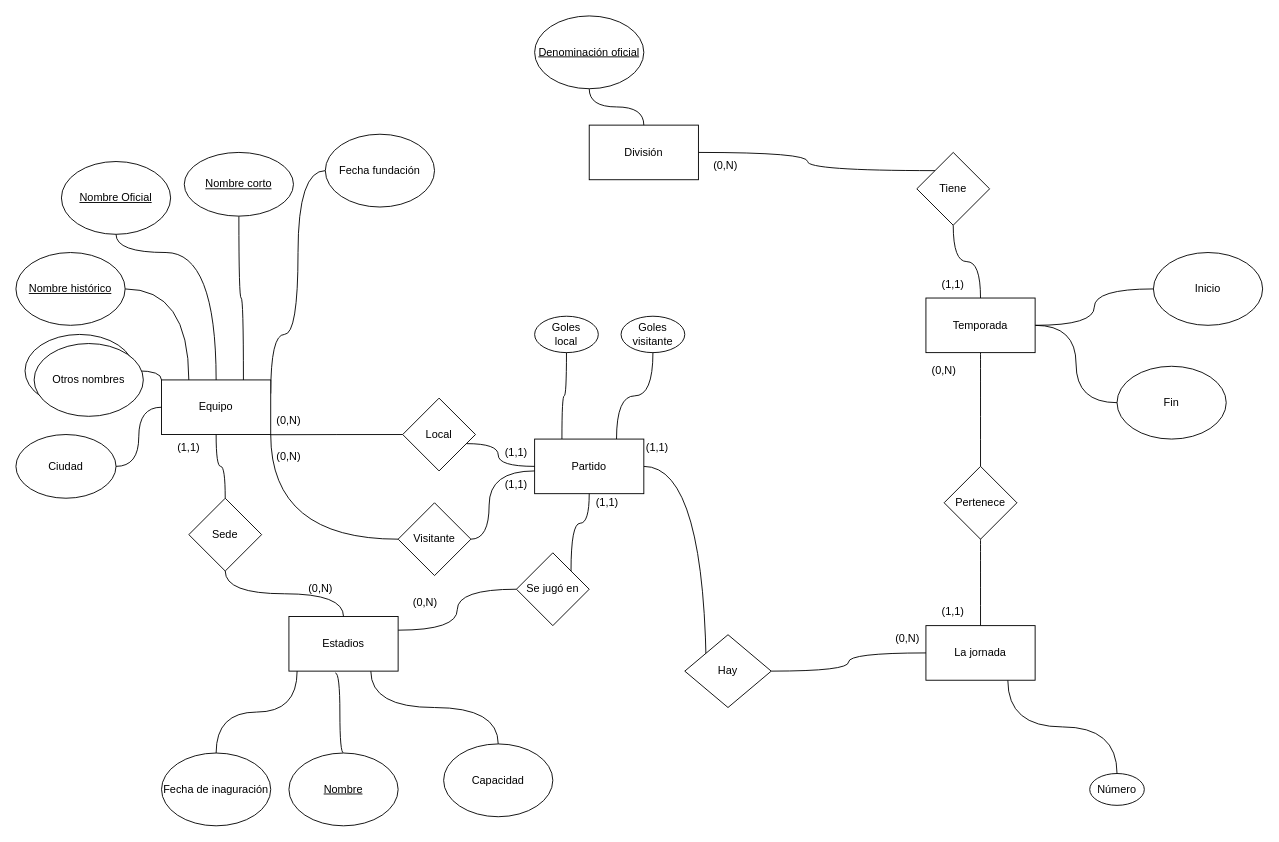
Above: draws/LigaFutbol.drawio in Practicass/Practica1_LigaFutbol (draw.io), before the change. Source tidied: cells renumbered, new cells numbered last; positions are measured from the earlier drawing's top-left corner, leaving out a move shared by most shapes. Both pictures are drawn from the tidied source at 91%, with x=0, y=0 at pixel (15, 15).
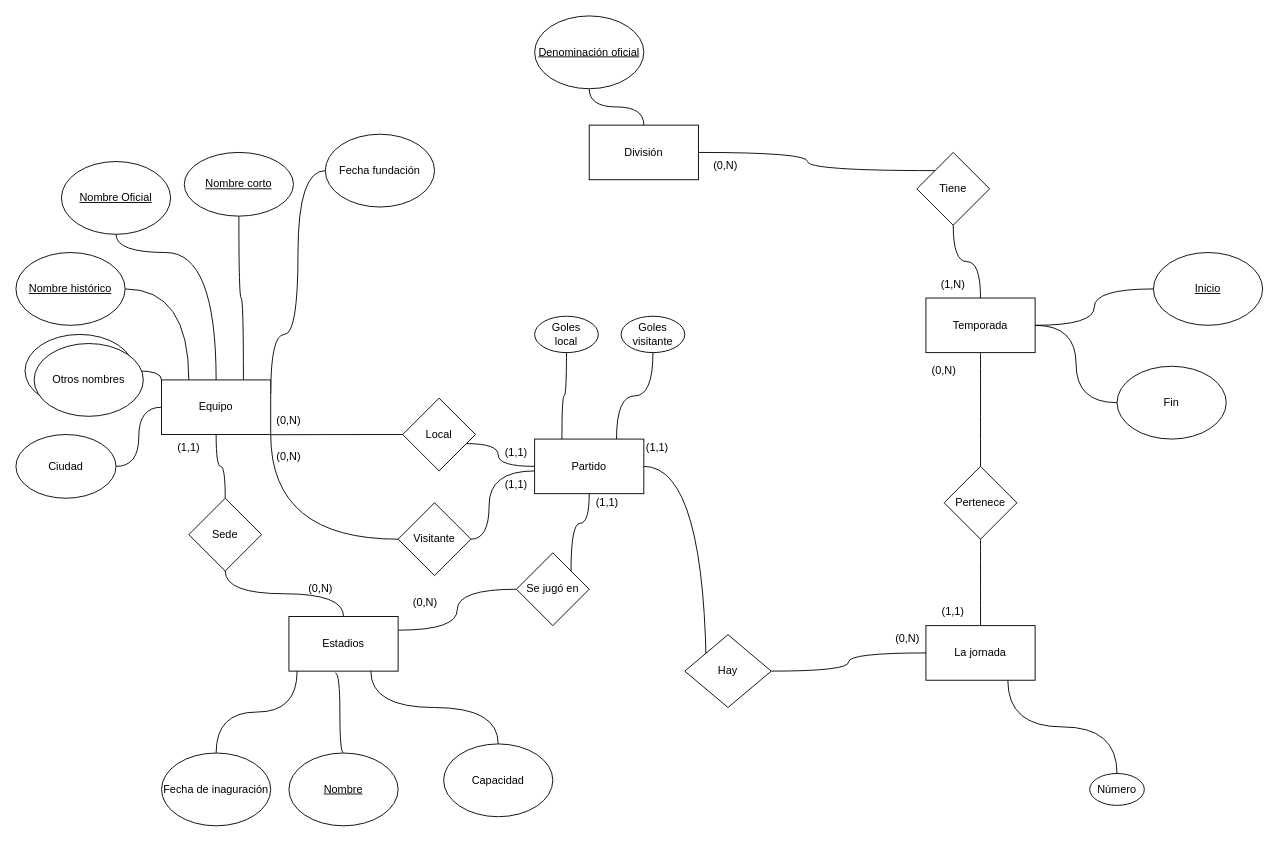
After the change.

Diff of the diagram source:
```diff
@@
-    <mxCell id="70" value="(1,1)" style="text;html=1;strokeColor=none;fillColor=none;align=center;verticalAlign=middle;whiteSpace=wrap;rounded=0;" parent="1" vertex="1">
+    <mxCell id="70" value="(1,N)" style="text;html=1;strokeColor=none;fillColor=none;align=center;verticalAlign=middle;whiteSpace=wrap;rounded=0;" parent="1" vertex="1">
       <mxGeometry x="1000" y="280" width="60" height="30" as="geometry" />
     </mxCell>
@@
-    <mxCell id="73" value="Inicio" style="ellipse;whiteSpace=wrap;html=1;" parent="1" vertex="1">
+    <mxCell id="73" value="&lt;u&gt;Inicio&lt;/u&gt;" style="ellipse;whiteSpace=wrap;html=1;" parent="1" vertex="1">
       <mxGeometry x="1250" y="260" width="120" height="80" as="geometry" />
     </mxCell>
```
